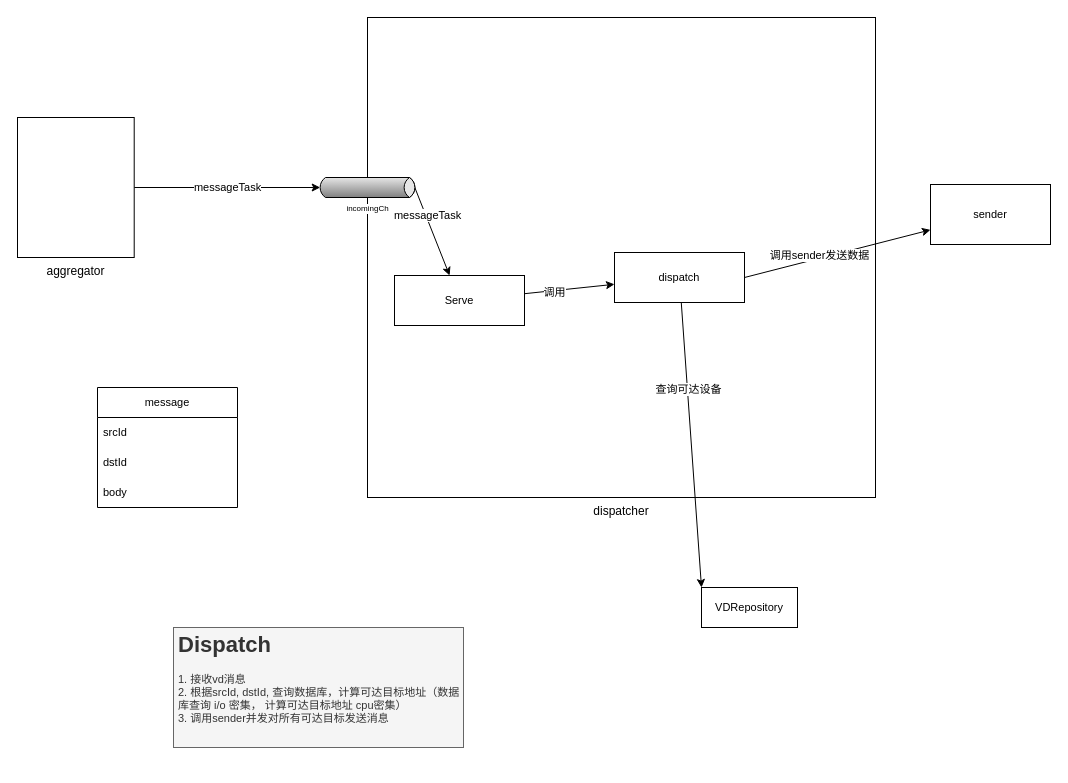
Above: page "dispatcher" (3 of 4) of vds图示.drawio in AOisUsed/vds (draw.io), before the change. Source tidied: cells renumbered, new cells numbered last; positions are measured from the earlier drawing's top-left corner, leaving out a move shared by most shapes. Both pictures are drawn from the tidied source at 100%, with x=0, y=0 at pixel (17, 17).
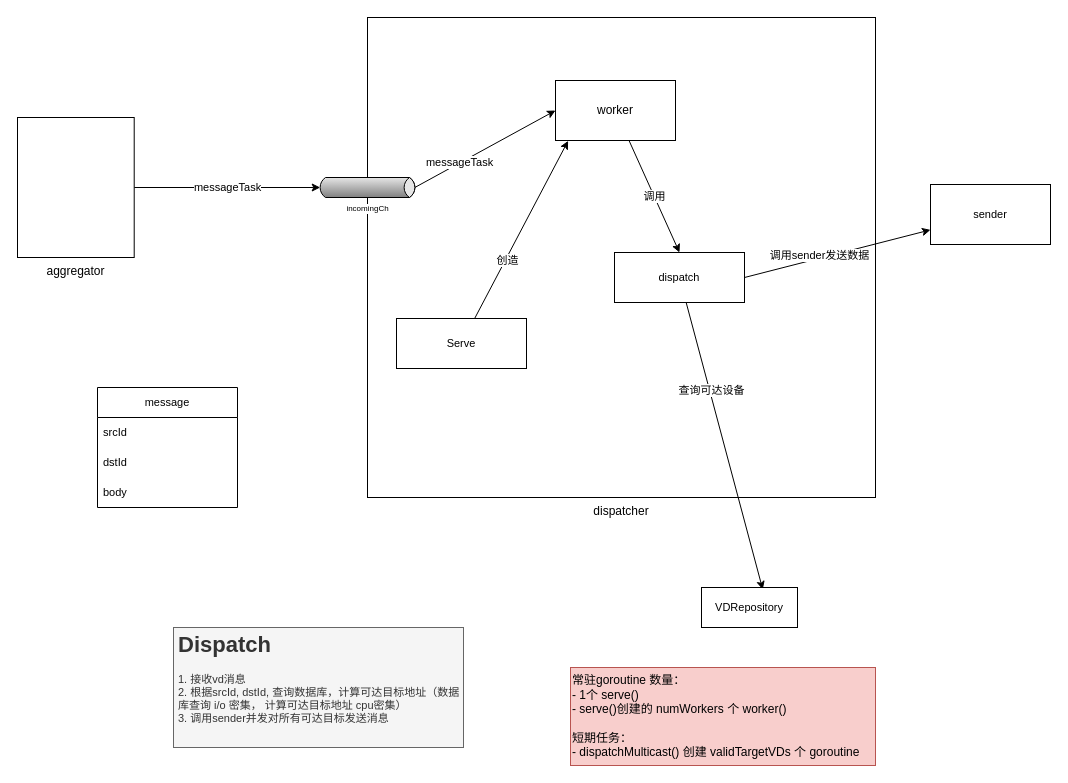
Above is the later version.

The change refers to these unchanged cells:
```xml
<mxCell id="11" value="incomingCh" style="strokeWidth=1;outlineConnect=0;dashed=0;align=center;html=1;fontSize=8;shape=mxgraph.eip.messageChannel;verticalLabelPosition=bottom;labelBackgroundColor=#ffffff;verticalAlign=top;fontFamily=Helvetica;fontColor=default;" parent="1" vertex="1">
  <mxGeometry x="300" y="160" width="100" height="20" as="geometry" />
</mxCell>
<mxCell id="18" value="VDRepository" style="rounded=0;whiteSpace=wrap;html=1;fontFamily=Helvetica;fontSize=11;fontColor=default;" parent="1" vertex="1">
  <mxGeometry x="684" y="570" width="96" height="40" as="geometry" />
</mxCell>
<mxCell id="21" value="dispatch" style="rounded=0;whiteSpace=wrap;html=1;fontFamily=Helvetica;fontSize=11;fontColor=default;" parent="1" vertex="1">
  <mxGeometry x="597" y="235" width="130" height="50" as="geometry" />
</mxCell>
```

Diff of the diagram source:
```diff
@@
-    <mxCell id="9" style="edgeStyle=none;shape=connector;rounded=0;jettySize=auto;html=1;labelBackgroundColor=default;strokeColor=default;align=center;verticalAlign=middle;fontFamily=Helvetica;fontSize=11;fontColor=default;endArrow=classic;exitX=1;exitY=0.5;exitDx=-2.7;exitDy=0;exitPerimeter=0;" parent="1" edge="1" source="11" target="14">
+    <mxCell id="9" style="edgeStyle=none;shape=connector;rounded=0;jettySize=auto;html=1;labelBackgroundColor=default;strokeColor=default;align=center;verticalAlign=middle;fontFamily=Helvetica;fontSize=11;fontColor=default;endArrow=classic;exitX=1;exitY=0.5;exitDx=-2.7;exitDy=0;exitPerimeter=0;entryX=0;entryY=0.5;entryDx=0;entryDy=0;" parent="1" edge="1" source="11" target="25">
       <mxGeometry relative="1" as="geometry" />
     </mxCell>
@@
-    <mxCell id="12" style="edgeStyle=none;shape=connector;rounded=0;jettySize=auto;html=1;labelBackgroundColor=default;strokeColor=default;align=center;verticalAlign=middle;fontFamily=Helvetica;fontSize=11;fontColor=default;endArrow=classic;" parent="1" edge="1" source="14" target="21">
+    <mxCell id="12" style="edgeStyle=none;shape=connector;rounded=0;jettySize=auto;html=1;labelBackgroundColor=default;strokeColor=default;align=center;verticalAlign=middle;fontFamily=Helvetica;fontSize=11;fontColor=default;endArrow=classic;entryX=0.105;entryY=1.006;entryDx=0;entryDy=0;entryPerimeter=0;" parent="1" edge="1" source="14" target="25">
       <mxGeometry relative="1" as="geometry" />
     </mxCell>
-    <mxCell id="13" value="调用" style="edgeLabel;html=1;align=center;verticalAlign=middle;fontSize=11;fontFamily=Helvetica;fontColor=default;" parent="12" vertex="1">
+    <mxCell id="13" value="创造" style="edgeLabel;html=1;align=center;verticalAlign=middle;fontSize=11;fontFamily=Helvetica;fontColor=default;" parent="12" vertex="1">
       <mxGeometry x="-0.33" y="-1" relative="1" as="geometry" />
     </mxCell>
     <mxCell id="14" value="Serve" style="rounded=0;whiteSpace=wrap;html=1;fontFamily=Helvetica;fontSize=11;fontColor=default;" parent="1" vertex="1">
-      <mxGeometry x="377" y="258" width="130" height="50" as="geometry" />
+      <mxGeometry x="379" y="301" width="130" height="50" as="geometry" />
     </mxCell>
-    <mxCell id="15" style="edgeStyle=none;shape=connector;rounded=0;jettySize=auto;html=1;entryX=0;entryY=0;entryDx=0;entryDy=0;labelBackgroundColor=default;strokeColor=default;align=center;verticalAlign=middle;fontFamily=Helvetica;fontSize=11;fontColor=default;endArrow=classic;" parent="1" edge="1" source="21" target="18">
+    <mxCell id="15" style="edgeStyle=none;shape=connector;rounded=0;jettySize=auto;html=1;entryX=0.638;entryY=0.05;entryDx=0;entryDy=0;labelBackgroundColor=default;strokeColor=default;align=center;verticalAlign=middle;fontFamily=Helvetica;fontSize=11;fontColor=default;endArrow=classic;entryPerimeter=0;" parent="1" edge="1" source="21" target="18">
       <mxGeometry relative="1" as="geometry" />
     </mxCell>
@@
+    <mxCell id="23" value="常驻goroutine 数量：&lt;br&gt;- 1个 serve()&lt;br&gt;- serve()创建的 numWorkers 个 worker()&lt;br&gt;&lt;br&gt;短期任务：&lt;br&gt;- dispatchMulticast() 创建 validTargetVDs 个 goroutine" style="text;html=1;align=left;verticalAlign=middle;strokeColor=#b85450;fillColor=#f8cecc;" parent="1" vertex="1">
+      <mxGeometry x="553" y="650" width="305" height="98" as="geometry" />
+    </mxCell>
+    <mxCell id="24" value="调用" style="rounded=0;jettySize=auto;html=1;entryX=0.5;entryY=0;entryDx=0;entryDy=0;" parent="1" edge="1" source="25" target="21">
+      <mxGeometry relative="1" as="geometry" />
+    </mxCell>
+    <mxCell id="25" value="worker" style="rounded=0;whiteSpace=wrap;html=1;" parent="1" vertex="1">
+      <mxGeometry x="538" y="63" width="120" height="60" as="geometry" />
+    </mxCell>
```
